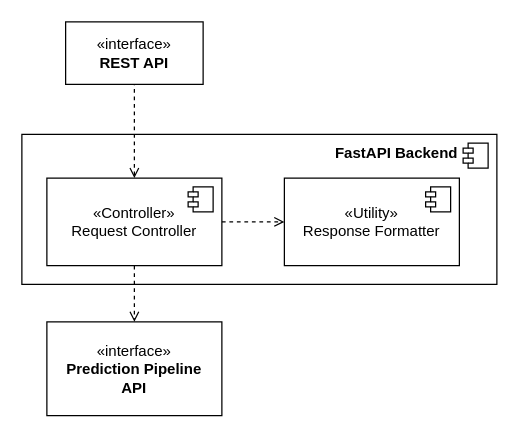
This is docs/03_architecture/diagrams/backend_component_diagram.drawio from Deadman621/pearls-aqi-predictor, a draw.io file, before an edit. Source tidied: cells renumbered, new cells numbered last; positions are measured from the earlier drawing's top-left corner, leaving out a move shared by most shapes. Both pictures are drawn from the tidied source at 125%, with x=0, y=0 at pixel (21, 21).
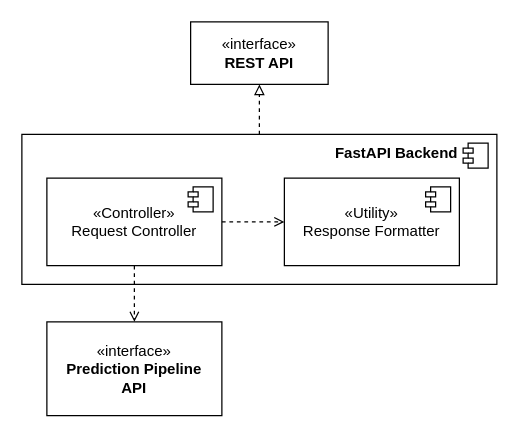
The same page after the edit.

Commit message (it also covers changes not shown here):
docs(architecture): add FastAPI backend component diagram

What changed in the source:
```diff
@@
-<mxGraphModel>
+<mxGraphModel background="#ffffff">
   <root>
     <mxCell id="0" />
     <mxCell id="1" parent="0" />
+    <mxCell id="14" style="edgeStyle=none;html=1;endArrow=block;endFill=0;dashed=1;" parent="1" edge="1" source="2" target="4">
+      <mxGeometry relative="1" as="geometry" />
+    </mxCell>
     <mxCell id="2" style="html=1;whiteSpace=wrap;" parent="1" vertex="1">
       <mxGeometry y="90" width="380" height="120" as="geometry" />
     </mxCell>
     <mxCell id="3" style="shape=module;jettyWidth=8;jettyHeight=4;" parent="2" vertex="1">
       <mxGeometry x="1" width="20" height="20" relative="1" as="geometry">
         <mxPoint x="-27" y="7" as="offset" />
       </mxGeometry>
     </mxCell>
     <mxCell id="4" value="«interface»&lt;br&gt;&lt;b&gt;REST API&lt;/b&gt;" style="html=1;whiteSpace=wrap;" parent="1" vertex="1">
-      <mxGeometry x="35" width="110" height="50" as="geometry" />
+      <mxGeometry x="135" width="110" height="50" as="geometry" />
     </mxCell>
-    <mxCell id="5" style="edgeStyle=none;html=1;dashed=1;endArrow=none;endFill=0;startArrow=open;startFill=0;" parent="1" edge="1" source="8" target="4">
-      <mxGeometry relative="1" as="geometry" />
-    </mxCell>
     <mxCell id="6" style="html=1;entryX=0;entryY=0.5;entryDx=0;entryDy=0;endArrow=open;endFill=0;dashed=1;exitX=1;exitY=0.5;exitDx=0;exitDy=0;" parent="1" edge="1" source="8" target="10">
       <mxGeometry relative="1" as="geometry" />
     </mxCell>
     <mxCell id="7" style="edgeStyle=none;html=1;endArrow=open;endFill=0;dashed=1;" parent="1" edge="1" source="8" target="13">
       <mxGeometry relative="1" as="geometry" />
     </mxCell>
     <mxCell id="8" value="«Controller»&lt;br&gt;Request Controller" style="html=1;whiteSpace=wrap;" parent="1" vertex="1">
       <mxGeometry x="20" y="125" width="140" height="70" as="geometry" />
     </mxCell>
     <mxCell id="9" style="shape=module;jettyWidth=8;jettyHeight=4;" parent="8" vertex="1">
       <mxGeometry x="1" width="20" height="20" relative="1" as="geometry">
         <mxPoint x="-27" y="7" as="offset" />
       </mxGeometry>
     </mxCell>
     <mxCell id="10" value="«Utility»&lt;br&gt;Response Formatter" style="html=1;whiteSpace=wrap;" parent="1" vertex="1">
       <mxGeometry x="210" y="125" width="140" height="70" as="geometry" />
     </mxCell>
     <mxCell id="11" style="shape=module;jettyWidth=8;jettyHeight=4;" parent="10" vertex="1">
       <mxGeometry x="1" width="20" height="20" relative="1" as="geometry">
         <mxPoint x="-27" y="7" as="offset" />
       </mxGeometry>
     </mxCell>
     <mxCell id="12" value="&lt;b&gt;FastAPI Backend&lt;/b&gt;" style="text;html=1;align=center;verticalAlign=middle;whiteSpace=wrap;rounded=0;" parent="1" vertex="1">
       <mxGeometry x="225" y="90" width="150" height="30" as="geometry" />
     </mxCell>
     <mxCell id="13" value="«interface»&lt;br&gt;&lt;b&gt;Prediction Pipeline&lt;br&gt;API&lt;/b&gt;" style="html=1;whiteSpace=wrap;" parent="1" vertex="1">
       <mxGeometry x="20" y="240" width="140" height="75" as="geometry" />
     </mxCell>
   </root>
 </mxGraphModel>
```
